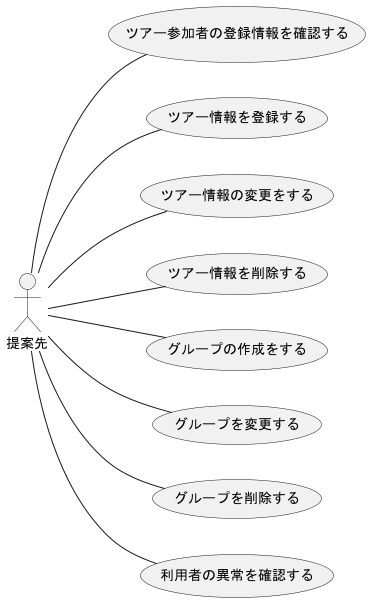
The PlantUML diagram out/F_usecase_client/F_usecase_client.png in ksw2270227/GroupF, before a commit.
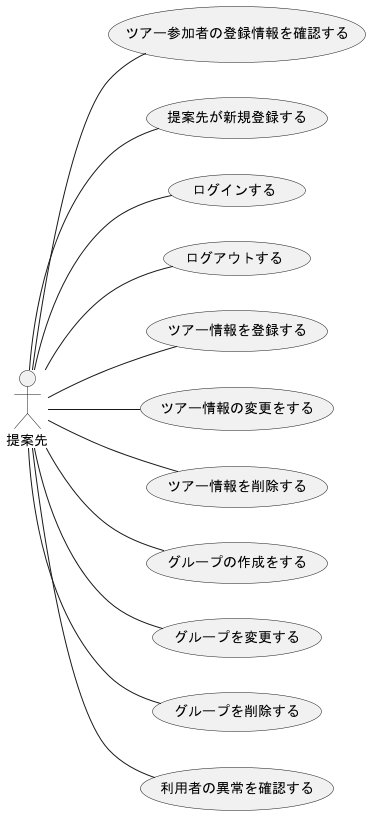
After the change.

Commit message:
クライアント染谷

The edit, as a diff of the source:
```diff
@@ -3,6 +3,9 @@
 actor 提案先
 
 提案先 -- (ツアー参加者の登録情報を確認する)
+提案先 -- (提案先が新規登録する)
+提案先 -- (ログインする)
+提案先 -- (ログアウトする)
 提案先 -- (ツアー情報を登録する)
 提案先 -- (ツアー情報の変更をする)
 提案先 -- (ツアー情報を削除する)
```
